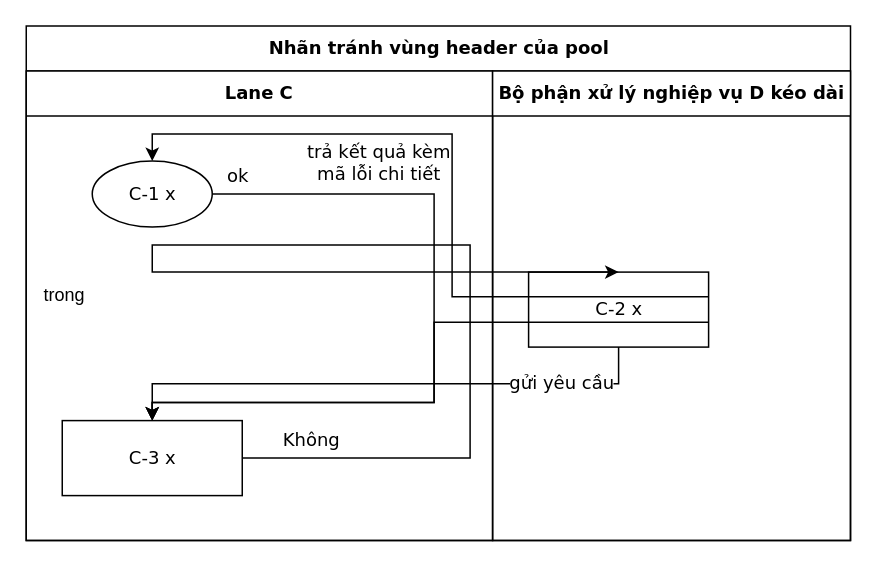
The draw.io diagram conformance/merge/fuzz-1235/flow.drawio in luytbq/flowcast, before the edit. Source tidied: cells renumbered, new cells numbered last; positions are measured from the earlier drawing's top-left corner, leaving out a move shared by most shapes. Both pictures are drawn from the tidied source at 150%, with x=0, y=0 at pixel (26, 26).
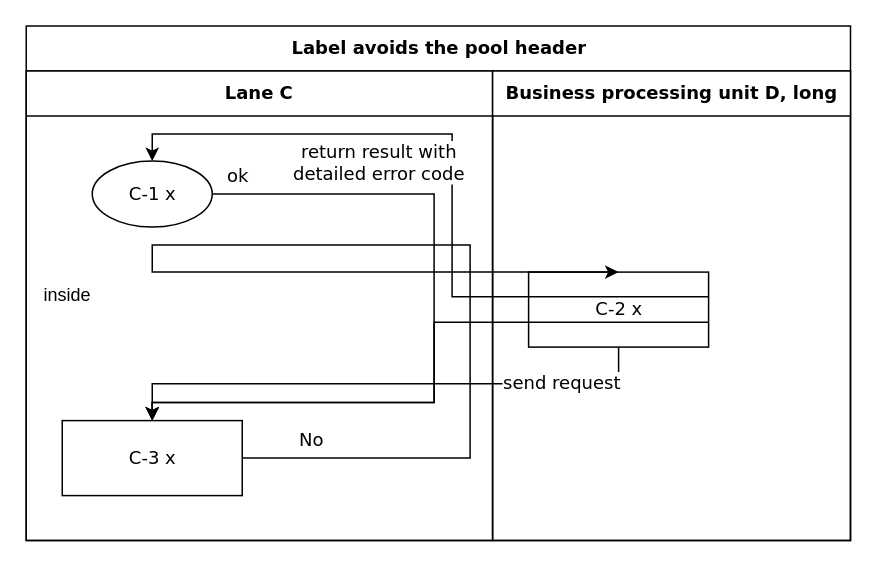
The same diagram, later.

The change refers to these unchanged cells:
```xml
<mxCell id="5" value="C-1 x" style="ellipse;html=1;fontFamily=Verdana;fontSize=12;" parent="3" vertex="1">
  <mxGeometry x="44" y="60" width="80" height="44" as="geometry" />
</mxCell>
<mxCell id="6" value="C-2 x" style="rounded=0;html=1;fontFamily=Verdana;fontSize=12;" parent="4" vertex="1">
  <mxGeometry x="24" y="134" width="120" height="50" as="geometry" />
</mxCell>
<mxCell id="7" value="C-3 x" style="rounded=0;html=1;fontFamily=Verdana;fontSize=12;" parent="3" vertex="1">
  <mxGeometry x="24" y="233" width="120" height="50" as="geometry" />
</mxCell>
<mxCell id="14" style="group;" parent="2" vertex="1">
  <mxGeometry y="155.6" width="200" height="80" as="geometry" />
</mxCell>
```

Diff of the diagram source:
```diff
@@
-    <mxCell id="2" value="Nhãn tránh vùng header của pool" style="swimlane;html=1;startSize=30;fontStyle=1;fontFamily=Verdana;fontSize=12;" parent="1" vertex="1">
+    <mxCell id="2" value="Label avoids the pool header" style="swimlane;html=1;startSize=30;fontStyle=1;fontFamily=Verdana;fontSize=12;" parent="1" vertex="1">
       <mxGeometry y="-0.1" width="549.5" height="343" as="geometry" />
     </mxCell>
@@
-    <mxCell id="4" value="Bộ phận xử lý nghiệp vụ D kéo dài" style="swimlane;html=1;startSize=30;fontFamily=Verdana;fontSize=12;" parent="2" vertex="1">
+    <mxCell id="4" value="Business processing unit D, long" style="swimlane;html=1;startSize=30;fontFamily=Verdana;fontSize=12;" parent="2" vertex="1">
       <mxGeometry x="310.9" y="30" width="238.6" height="313" as="geometry" />
     </mxCell>
@@
-    <mxCell id="9" value="gửi yêu cầu" style="edgeStyle=orthogonalEdgeStyle;rounded=0;jettySize=auto;html=1;labelBackgroundColor=default;exitX=0.5;exitY=1;exitDx=0;exitDy=0;entryX=0.5;entryY=0;entryDx=0;entryDy=0;fontFamily=Verdana;fontSize=12;" parent="2" edge="1" source="6" target="7">
+    <mxCell id="9" value="send request" style="edgeStyle=orthogonalEdgeStyle;rounded=0;jettySize=auto;html=1;labelBackgroundColor=default;exitX=0.5;exitY=1;exitDx=0;exitDy=0;entryX=0.5;entryY=0;entryDx=0;entryDy=0;fontFamily=Verdana;fontSize=12;" parent="2" edge="1" source="6" target="7">
       <mxGeometry x="-0.41" relative="1" as="geometry">
         <mxPoint x="44" as="offset" />
       </mxGeometry>
     </mxCell>
@@
-    <mxCell id="11" value="trả kết quả kèm&lt;br&gt;mã lỗi chi tiết" style="edgeStyle=orthogonalEdgeStyle;rounded=0;jettySize=auto;html=1;labelBackgroundColor=default;exitX=1;exitY=0.33;exitDx=0;exitDy=0;entryX=0.5;entryY=0;entryDx=0;entryDy=0;fontFamily=Verdana;fontSize=12;" parent="2" edge="1" source="6" target="5">
+    <mxCell id="11" value="return result with&lt;br&gt;detailed error code" style="edgeStyle=orthogonalEdgeStyle;rounded=0;jettySize=auto;html=1;labelBackgroundColor=default;exitX=1;exitY=0.33;exitDx=0;exitDy=0;entryX=0.5;entryY=0;entryDx=0;entryDy=0;fontFamily=Verdana;fontSize=12;" parent="2" edge="1" source="6" target="5">
       <mxGeometry x="0.32" relative="1" as="geometry">
         <Array as="points">
           <mxPoint x="283.9" y="180.7" />
           <mxPoint x="283.9" y="72" />
           <mxPoint x="84" y="72" />
         </Array>
         <mxPoint y="19" as="offset" />
       </mxGeometry>
     </mxCell>
-    <mxCell id="12" value="Không" style="edgeStyle=orthogonalEdgeStyle;rounded=0;jettySize=auto;html=1;labelBackgroundColor=default;exitX=1;exitY=0.5;exitDx=0;exitDy=0;entryX=0.5;entryY=0;entryDx=0;entryDy=0;fontFamily=Verdana;fontSize=12;" parent="2" edge="1" source="7" target="6">
+    <mxCell id="12" value="No" style="edgeStyle=orthogonalEdgeStyle;rounded=0;jettySize=auto;html=1;labelBackgroundColor=default;exitX=1;exitY=0.5;exitDx=0;exitDy=0;entryX=0.5;entryY=0;entryDx=0;entryDy=0;fontFamily=Verdana;fontSize=12;" parent="2" edge="1" source="7" target="6">
       <mxGeometry x="-0.89" relative="1" as="geometry">
         <Array as="points">
           <mxPoint x="295.9" y="288" />
           <mxPoint x="295.9" y="146" />
           <mxPoint x="84" y="146" />
         </Array>
         <mxPoint y="-11.5" as="offset" />
       </mxGeometry>
     </mxCell>
@@
-    <mxCell id="15" value="trong" style="text;" parent="14" vertex="1">
+    <mxCell id="15" value="inside" style="text;" parent="14" vertex="1">
       <mxGeometry x="10" y="10" width="100" height="30" as="geometry" />
     </mxCell>
```
